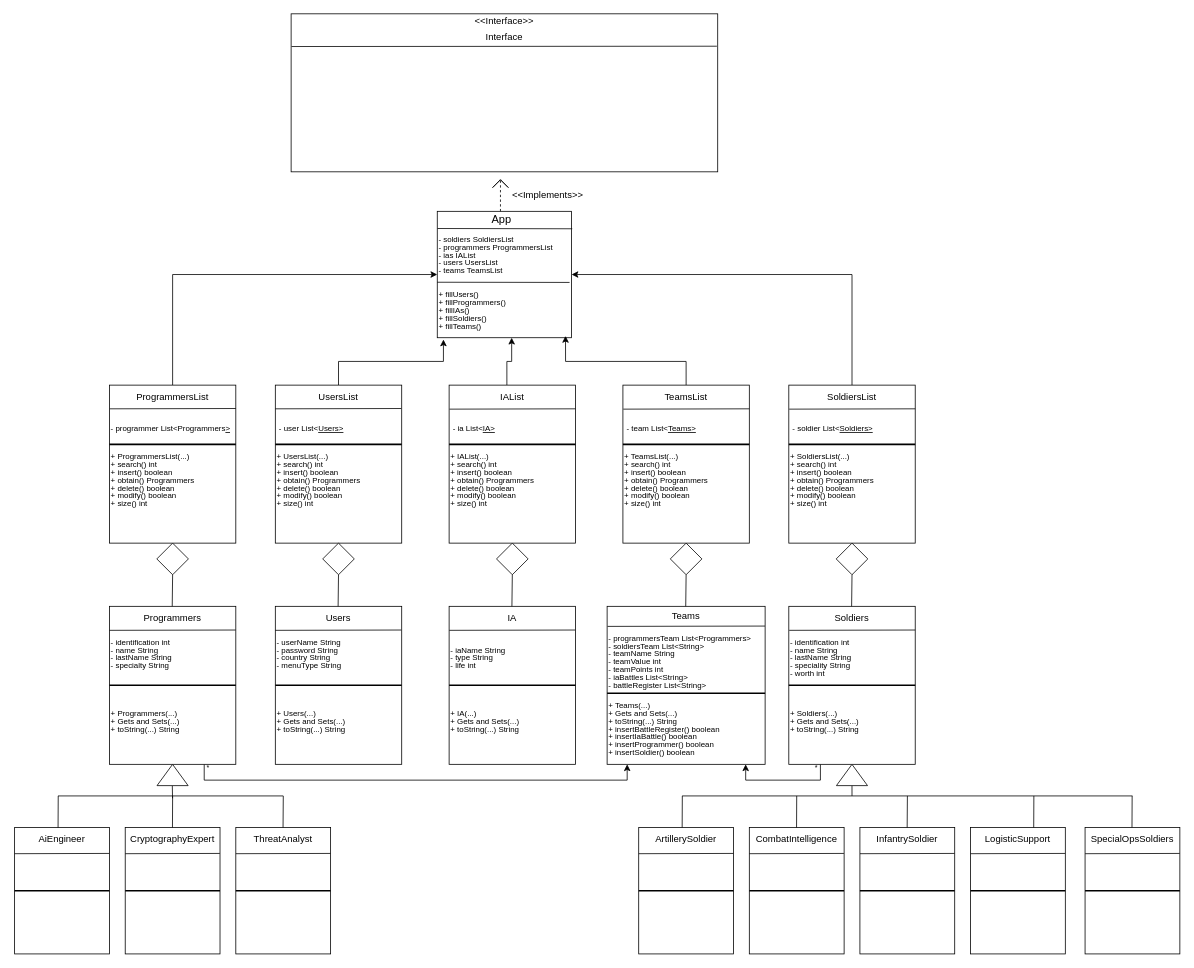
This is Untitled Diagram.drawio from elfaldia/Proyectos-del-faldia-JavaScript, a draw.io file, before an edit. Source tidied: cells renumbered, new cells numbered last; positions are measured from the earlier drawing's top-left corner, leaving out a move shared by most shapes. Both pictures are drawn from the tidied source at 79%, with x=0, y=0 at pixel (14, 13).
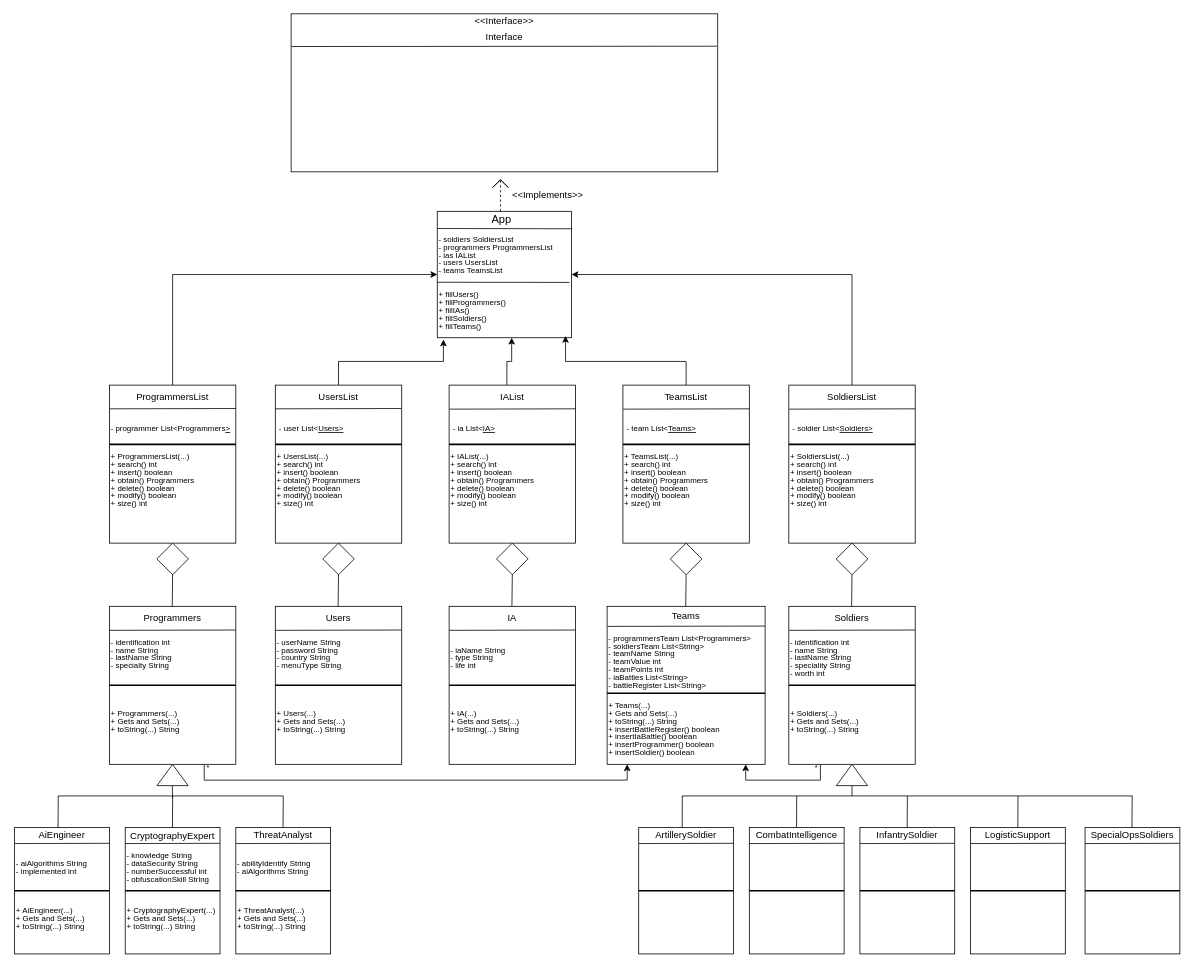
After the change.

Unchanged cells that the change refers to:
```xml
<mxCell id="36" style="rounded=0;whiteSpace=wrap;html=1;" parent="1" vertex="1">
  <mxGeometry x="1210" y="1030" width="120" height="160" as="geometry" />
</mxCell>
<mxCell id="39" style="rounded=0;whiteSpace=wrap;html=1;" parent="1" vertex="1">
  <mxGeometry x="1070" y="1030" width="120" height="160" as="geometry" />
</mxCell>
<mxCell id="42" style="rounded=0;whiteSpace=wrap;html=1;" parent="1" vertex="1">
  <mxGeometry x="930" y="1030" width="120" height="160" as="geometry" />
</mxCell>
<mxCell id="45" style="rounded=0;whiteSpace=wrap;html=1;" parent="1" vertex="1">
  <mxGeometry x="790" y="1030" width="120" height="160" as="geometry" />
</mxCell>
<mxCell id="54" style="rounded=0;whiteSpace=wrap;html=1;" parent="1" vertex="1">
  <mxGeometry x="1355" y="1030" width="120" height="160" as="geometry" />
</mxCell>
<mxCell id="59" style="rounded=0;whiteSpace=wrap;html=1;" parent="1" vertex="1">
  <mxGeometry x="280" y="1030" width="120" height="160" as="geometry" />
</mxCell>
<mxCell id="62" style="rounded=0;whiteSpace=wrap;html=1;" parent="1" vertex="1">
  <mxGeometry x="140" y="1030" width="120" height="160" as="geometry" />
</mxCell>
<mxCell id="65" style="rounded=0;whiteSpace=wrap;html=1;" parent="1" vertex="1">
  <mxGeometry y="1030" width="120" height="160" as="geometry" />
</mxCell>
```

The edit, as a diff of the source:
```diff
@@
-    <mxCell id="37" style="endArrow=none;html=1;rounded=0;entryX=0.998;entryY=0.205;entryDx=0;entryDy=0;entryPerimeter=0;exitX=0.001;exitY=0.207;exitDx=0;exitDy=0;exitPerimeter=0;" parent="1" edge="1" source="36" target="36">
-      <mxGeometry relative="1" as="geometry" />
+    <mxCell id="37" style="endArrow=none;html=1;rounded=0;entryX=0.998;entryY=0.205;entryDx=0;entryDy=0;entryPerimeter=0;exitX=0.001;exitY=0.207;exitDx=0;exitDy=0;exitPerimeter=0;" parent="1" edge="1">
+      <mxGeometry relative="1" as="geometry">
+        <mxPoint x="1210.4" y="1050.3" as="sourcePoint" />
+        <mxPoint x="1330" y="1050" as="targetPoint" />
+      </mxGeometry>
     </mxCell>
     <mxCell id="38" value="LogisticSupport" style="text;html=1;strokeColor=none;fillColor=none;align=center;verticalAlign=middle;whiteSpace=wrap;rounded=0;" parent="1" vertex="1">
-      <mxGeometry x="1220" y="1040" width="100" height="10" as="geometry" />
+      <mxGeometry x="1220" y="1035" width="100" height="10" as="geometry" />
     </mxCell>
@@
-    <mxCell id="40" style="endArrow=none;html=1;rounded=0;entryX=0.998;entryY=0.205;entryDx=0;entryDy=0;entryPerimeter=0;exitX=0.001;exitY=0.207;exitDx=0;exitDy=0;exitPerimeter=0;" parent="1" edge="1" source="39" target="39">
-      <mxGeometry relative="1" as="geometry" />
+    <mxCell id="40" style="endArrow=none;html=1;rounded=0;entryX=0.998;entryY=0.205;entryDx=0;entryDy=0;entryPerimeter=0;exitX=0.001;exitY=0.207;exitDx=0;exitDy=0;exitPerimeter=0;" parent="1" edge="1">
+      <mxGeometry relative="1" as="geometry">
+        <mxPoint x="1070.2" y="1050.3" as="sourcePoint" />
+        <mxPoint x="1189.8" y="1050" as="targetPoint" />
+      </mxGeometry>
     </mxCell>
     <mxCell id="41" value="InfantrySoldier" style="text;html=1;strokeColor=none;fillColor=none;align=center;verticalAlign=middle;whiteSpace=wrap;rounded=0;" parent="1" vertex="1">
-      <mxGeometry x="1080" y="1040" width="100" height="10" as="geometry" />
+      <mxGeometry x="1080" y="1035" width="100" height="10" as="geometry" />
     </mxCell>
@@
-    <mxCell id="43" style="endArrow=none;html=1;rounded=0;entryX=0.998;entryY=0.205;entryDx=0;entryDy=0;entryPerimeter=0;exitX=0.001;exitY=0.207;exitDx=0;exitDy=0;exitPerimeter=0;" parent="1" edge="1" source="42" target="42">
-      <mxGeometry relative="1" as="geometry" />
+    <mxCell id="43" style="endArrow=none;html=1;rounded=0;entryX=0.998;entryY=0.205;entryDx=0;entryDy=0;entryPerimeter=0;exitX=0.001;exitY=0.207;exitDx=0;exitDy=0;exitPerimeter=0;" parent="1" edge="1">
+      <mxGeometry relative="1" as="geometry">
+        <mxPoint x="930" y="1050.3" as="sourcePoint" />
+        <mxPoint x="1049.6" y="1050" as="targetPoint" />
+      </mxGeometry>
     </mxCell>
     <mxCell id="44" value="CombatIntelligence" style="text;html=1;strokeColor=none;fillColor=none;align=center;verticalAlign=middle;whiteSpace=wrap;rounded=0;" parent="1" vertex="1">
-      <mxGeometry x="940" y="1040" width="100" height="10" as="geometry" />
+      <mxGeometry x="940" y="1035" width="100" height="10" as="geometry" />
     </mxCell>
@@
-    <mxCell id="46" style="endArrow=none;html=1;rounded=0;entryX=0.998;entryY=0.205;entryDx=0;entryDy=0;entryPerimeter=0;exitX=0.001;exitY=0.207;exitDx=0;exitDy=0;exitPerimeter=0;" parent="1" edge="1" source="45" target="45">
-      <mxGeometry relative="1" as="geometry" />
+    <mxCell id="46" style="endArrow=none;html=1;rounded=0;entryX=0.998;entryY=0.205;entryDx=0;entryDy=0;entryPerimeter=0;exitX=0.001;exitY=0.207;exitDx=0;exitDy=0;exitPerimeter=0;" parent="1" edge="1">
+      <mxGeometry relative="1" as="geometry">
+        <mxPoint x="790.2" y="1050.3" as="sourcePoint" />
+        <mxPoint x="909.8" y="1050" as="targetPoint" />
+      </mxGeometry>
     </mxCell>
     <mxCell id="47" value="ArtillerySoldier" style="text;html=1;strokeColor=none;fillColor=none;align=center;verticalAlign=middle;whiteSpace=wrap;rounded=0;" parent="1" vertex="1">
-      <mxGeometry x="800" y="1040" width="100" height="10" as="geometry" />
+      <mxGeometry x="800" y="1035" width="100" height="10" as="geometry" />
     </mxCell>
@@
     <mxCell id="50" style="endArrow=none;html=1;rounded=0;" parent="1" edge="1">
       <mxGeometry relative="1" as="geometry">
-        <mxPoint x="1290" y="1030" as="sourcePoint" />
-        <mxPoint x="1290.2" y="990" as="targetPoint" />
+        <mxPoint x="1269.9" y="1030" as="sourcePoint" />
+        <mxPoint x="1270.1" y="990" as="targetPoint" />
       </mxGeometry>
     </mxCell>
@@
-    <mxCell id="55" style="endArrow=none;html=1;rounded=0;entryX=0.998;entryY=0.205;entryDx=0;entryDy=0;entryPerimeter=0;exitX=0.001;exitY=0.207;exitDx=0;exitDy=0;exitPerimeter=0;" parent="1" edge="1" source="54" target="54">
-      <mxGeometry relative="1" as="geometry" />
+    <mxCell id="55" style="endArrow=none;html=1;rounded=0;entryX=0.998;entryY=0.205;entryDx=0;entryDy=0;entryPerimeter=0;exitX=0.001;exitY=0.207;exitDx=0;exitDy=0;exitPerimeter=0;" parent="1" edge="1">
+      <mxGeometry relative="1" as="geometry">
+        <mxPoint x="1355" y="1050.3" as="sourcePoint" />
+        <mxPoint x="1474.6" y="1050" as="targetPoint" />
+      </mxGeometry>
     </mxCell>
     <mxCell id="56" value="SpecialOpsSoldiers" style="text;html=1;strokeColor=none;fillColor=none;align=center;verticalAlign=middle;whiteSpace=wrap;rounded=0;" parent="1" vertex="1">
-      <mxGeometry x="1365" y="1040" width="100" height="10" as="geometry" />
+      <mxGeometry x="1365" y="1035" width="100" height="10" as="geometry" />
     </mxCell>
@@
-    <mxCell id="60" style="endArrow=none;html=1;rounded=0;entryX=0.998;entryY=0.205;entryDx=0;entryDy=0;entryPerimeter=0;exitX=0.001;exitY=0.207;exitDx=0;exitDy=0;exitPerimeter=0;" parent="1" edge="1" source="59" target="59">
-      <mxGeometry relative="1" as="geometry" />
+    <mxCell id="60" style="endArrow=none;html=1;rounded=0;entryX=0.998;entryY=0.205;entryDx=0;entryDy=0;entryPerimeter=0;exitX=0.001;exitY=0.207;exitDx=0;exitDy=0;exitPerimeter=0;" parent="1" edge="1">
+      <mxGeometry relative="1" as="geometry">
+        <mxPoint x="280.4" y="1050.3" as="sourcePoint" />
+        <mxPoint x="400" y="1050" as="targetPoint" />
+      </mxGeometry>
     </mxCell>
     <mxCell id="61" value="ThreatAnalyst" style="text;html=1;strokeColor=none;fillColor=none;align=center;verticalAlign=middle;whiteSpace=wrap;rounded=0;" parent="1" vertex="1">
-      <mxGeometry x="290" y="1040" width="100" height="10" as="geometry" />
+      <mxGeometry x="290" y="1035" width="100" height="10" as="geometry" />
     </mxCell>
@@
-    <mxCell id="63" style="endArrow=none;html=1;rounded=0;entryX=0.998;entryY=0.205;entryDx=0;entryDy=0;entryPerimeter=0;exitX=0.001;exitY=0.207;exitDx=0;exitDy=0;exitPerimeter=0;" parent="1" edge="1" source="62" target="62">
-      <mxGeometry relative="1" as="geometry" />
+    <mxCell id="63" style="endArrow=none;html=1;rounded=0;entryX=0.998;entryY=0.205;entryDx=0;entryDy=0;entryPerimeter=0;exitX=0.001;exitY=0.207;exitDx=0;exitDy=0;exitPerimeter=0;" parent="1" edge="1">
+      <mxGeometry relative="1" as="geometry">
+        <mxPoint x="140.2" y="1050.3" as="sourcePoint" />
+        <mxPoint x="259.8" y="1050" as="targetPoint" />
+      </mxGeometry>
     </mxCell>
     <mxCell id="64" value="CryptographyExpert" style="text;html=1;strokeColor=none;fillColor=none;align=center;verticalAlign=middle;whiteSpace=wrap;rounded=0;" parent="1" vertex="1">
-      <mxGeometry x="150" y="1040" width="100" height="10" as="geometry" />
+      <mxGeometry x="150" y="1040" width="100" as="geometry" />
     </mxCell>
@@
-    <mxCell id="66" style="endArrow=none;html=1;rounded=0;entryX=0.998;entryY=0.205;entryDx=0;entryDy=0;entryPerimeter=0;exitX=0.001;exitY=0.207;exitDx=0;exitDy=0;exitPerimeter=0;" parent="1" edge="1" source="65" target="65">
-      <mxGeometry relative="1" as="geometry" />
+    <mxCell id="66" style="endArrow=none;html=1;rounded=0;entryX=0.998;entryY=0.205;entryDx=0;entryDy=0;entryPerimeter=0;exitX=0.001;exitY=0.207;exitDx=0;exitDy=0;exitPerimeter=0;" parent="1" edge="1">
+      <mxGeometry relative="1" as="geometry">
+        <mxPoint x="0.4" y="1050.3" as="sourcePoint" />
+        <mxPoint x="120" y="1050" as="targetPoint" />
+      </mxGeometry>
     </mxCell>
     <mxCell id="67" value="AiEngineer" style="text;html=1;strokeColor=none;fillColor=none;align=center;verticalAlign=middle;whiteSpace=wrap;rounded=0;" parent="1" vertex="1">
-      <mxGeometry x="10" y="1040" width="100" height="10" as="geometry" />
+      <mxGeometry x="10" y="1035" width="100" height="10" as="geometry" />
     </mxCell>
@@
+    <mxCell id="211" value="- aiAlgorithms String" style="text;html=1;strokeColor=none;fillColor=none;align=left;verticalAlign=middle;whiteSpace=wrap;rounded=0;fontStyle=0;fontSize=10;" parent="1" vertex="1">
+      <mxGeometry y="1070" width="120" height="10" as="geometry" />
+    </mxCell>
+    <mxCell id="212" value="- implemented int" style="text;html=1;strokeColor=none;fillColor=none;align=left;verticalAlign=middle;whiteSpace=wrap;rounded=0;fontStyle=0;fontSize=10;" parent="1" vertex="1">
+      <mxGeometry y="1080" width="120" height="10" as="geometry" />
+    </mxCell>
+    <mxCell id="213" value="&lt;span style=&quot;font-weight: normal;&quot;&gt;+ Gets and Sets(...)&lt;br&gt;&lt;/span&gt;" style="text;html=1;strokeColor=none;fillColor=none;align=left;verticalAlign=middle;whiteSpace=wrap;rounded=0;fontStyle=1;fontSize=10;" parent="1" vertex="1">
+      <mxGeometry y="1140" width="150" height="10" as="geometry" />
+    </mxCell>
+    <mxCell id="214" value="&lt;span style=&quot;font-weight: normal;&quot;&gt;+ toString(...) String&lt;br&gt;&lt;/span&gt;" style="text;html=1;strokeColor=none;fillColor=none;align=left;verticalAlign=middle;whiteSpace=wrap;rounded=0;fontStyle=1;fontSize=10;" parent="1" vertex="1">
+      <mxGeometry y="1150" width="110" height="10" as="geometry" />
+    </mxCell>
+    <mxCell id="215" value="&lt;span style=&quot;font-weight: normal;&quot;&gt;+ Gets and Sets(...)&lt;br&gt;&lt;/span&gt;" style="text;html=1;strokeColor=none;fillColor=none;align=left;verticalAlign=middle;whiteSpace=wrap;rounded=0;fontStyle=1;fontSize=10;" parent="1" vertex="1">
+      <mxGeometry x="140" y="1140" width="100" height="10" as="geometry" />
+    </mxCell>
+    <mxCell id="216" value="&lt;span style=&quot;font-weight: normal;&quot;&gt;+ Gets and Sets(...)&lt;br&gt;&lt;/span&gt;" style="text;html=1;strokeColor=none;fillColor=none;align=left;verticalAlign=middle;whiteSpace=wrap;rounded=0;fontStyle=1;fontSize=10;" parent="1" vertex="1">
+      <mxGeometry x="280" y="1140" width="120" height="10" as="geometry" />
+    </mxCell>
+    <mxCell id="217" value="&lt;span style=&quot;font-weight: normal;&quot;&gt;+ toString(...) String&lt;br&gt;&lt;/span&gt;" style="text;html=1;strokeColor=none;fillColor=none;align=left;verticalAlign=middle;whiteSpace=wrap;rounded=0;fontStyle=1;fontSize=10;" parent="1" vertex="1">
+      <mxGeometry x="140" y="1150" width="110" height="10" as="geometry" />
+    </mxCell>
+    <mxCell id="218" value="&lt;span style=&quot;font-weight: normal;&quot;&gt;+ toString(...) String&lt;br&gt;&lt;/span&gt;" style="text;html=1;strokeColor=none;fillColor=none;align=left;verticalAlign=middle;whiteSpace=wrap;rounded=0;fontStyle=1;fontSize=10;" parent="1" vertex="1">
+      <mxGeometry x="280" y="1150" width="110" height="10" as="geometry" />
+    </mxCell>
+    <mxCell id="219" value="&lt;span style=&quot;font-weight: normal;&quot;&gt;+ AiEngineer(...)&lt;br&gt;&lt;/span&gt;" style="text;html=1;strokeColor=none;fillColor=none;align=left;verticalAlign=middle;whiteSpace=wrap;rounded=0;fontStyle=1;fontSize=10;" parent="1" vertex="1">
+      <mxGeometry y="1130" width="100" height="10" as="geometry" />
+    </mxCell>
+    <mxCell id="220" value="&lt;span style=&quot;font-weight: normal;&quot;&gt;+ CryptographyExpert(...)&lt;br&gt;&lt;/span&gt;" style="text;html=1;strokeColor=none;fillColor=none;align=left;verticalAlign=middle;whiteSpace=wrap;rounded=0;fontStyle=1;fontSize=10;" parent="1" vertex="1">
+      <mxGeometry x="140" y="1130" width="120" height="10" as="geometry" />
+    </mxCell>
+    <mxCell id="221" value="&lt;span style=&quot;font-weight: normal;&quot;&gt;+ ThreatAnalyst(...)&lt;br&gt;&lt;/span&gt;" style="text;html=1;strokeColor=none;fillColor=none;align=left;verticalAlign=middle;whiteSpace=wrap;rounded=0;fontStyle=1;fontSize=10;" parent="1" vertex="1">
+      <mxGeometry x="280" y="1130" width="100" height="10" as="geometry" />
+    </mxCell>
+    <mxCell id="222" value="- knowledge String" style="text;html=1;strokeColor=none;fillColor=none;align=left;verticalAlign=middle;whiteSpace=wrap;rounded=0;fontStyle=0;fontSize=10;" parent="1" vertex="1">
+      <mxGeometry x="140" y="1060" width="120" height="10" as="geometry" />
+    </mxCell>
+    <mxCell id="223" value="- dataSecurity String" style="text;html=1;strokeColor=none;fillColor=none;align=left;verticalAlign=middle;whiteSpace=wrap;rounded=0;fontStyle=0;fontSize=10;" parent="1" vertex="1">
+      <mxGeometry x="140" y="1070" width="120" height="10" as="geometry" />
+    </mxCell>
+    <mxCell id="224" value="- numberSuccessful int" style="text;html=1;strokeColor=none;fillColor=none;align=left;verticalAlign=middle;whiteSpace=wrap;rounded=0;fontStyle=0;fontSize=10;" parent="1" vertex="1">
+      <mxGeometry x="140" y="1080" width="120" height="10" as="geometry" />
+    </mxCell>
+    <mxCell id="225" value="- obfuscationSkill String" style="text;html=1;strokeColor=none;fillColor=none;align=left;verticalAlign=middle;whiteSpace=wrap;rounded=0;fontStyle=0;fontSize=10;" parent="1" vertex="1">
+      <mxGeometry x="140" y="1090" width="120" height="10" as="geometry" />
+    </mxCell>
+    <mxCell id="226" value="- abilityIdentify String" style="text;html=1;strokeColor=none;fillColor=none;align=left;verticalAlign=middle;whiteSpace=wrap;rounded=0;fontStyle=0;fontSize=10;" parent="1" vertex="1">
+      <mxGeometry x="280" y="1070" width="120" height="10" as="geometry" />
+    </mxCell>
+    <mxCell id="227" value="- aiAlgorithms String" style="text;html=1;strokeColor=none;fillColor=none;align=left;verticalAlign=middle;whiteSpace=wrap;rounded=0;fontStyle=0;fontSize=10;" parent="1" vertex="1">
+      <mxGeometry x="280" y="1080" width="120" height="10" as="geometry" />
+    </mxCell>
```
